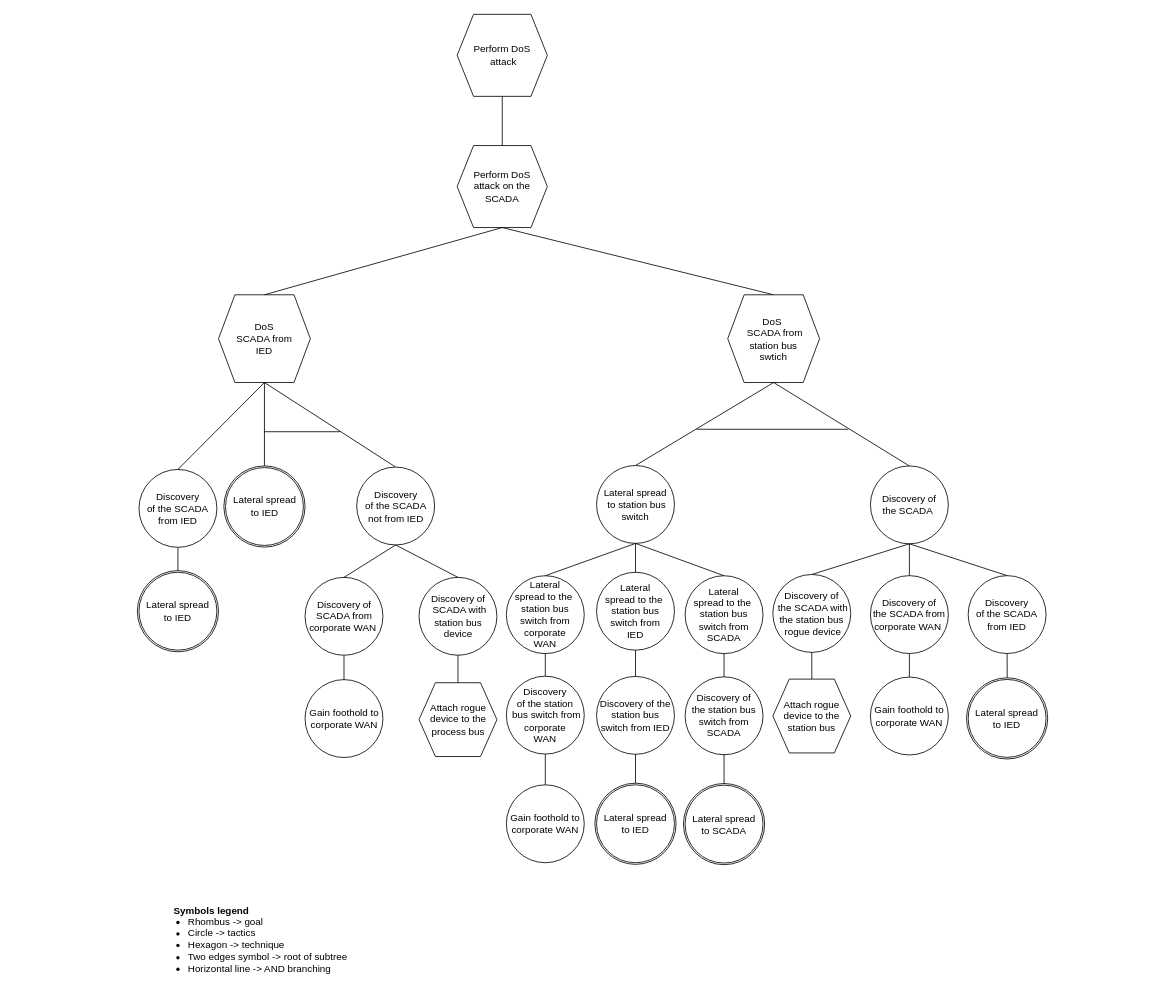
Earlier version of the draw.io diagram drawIO_trees/solution_2_1_2.drawio (mihaelM/Attack_trees). Source tidied: cells renumbered, new cells numbered last; positions are measured from the earlier drawing's top-left corner, leaving out a move shared by most shapes. Both pictures are drawn from the tidied source at 82%, with x=0, y=0 at pixel (137, 14).
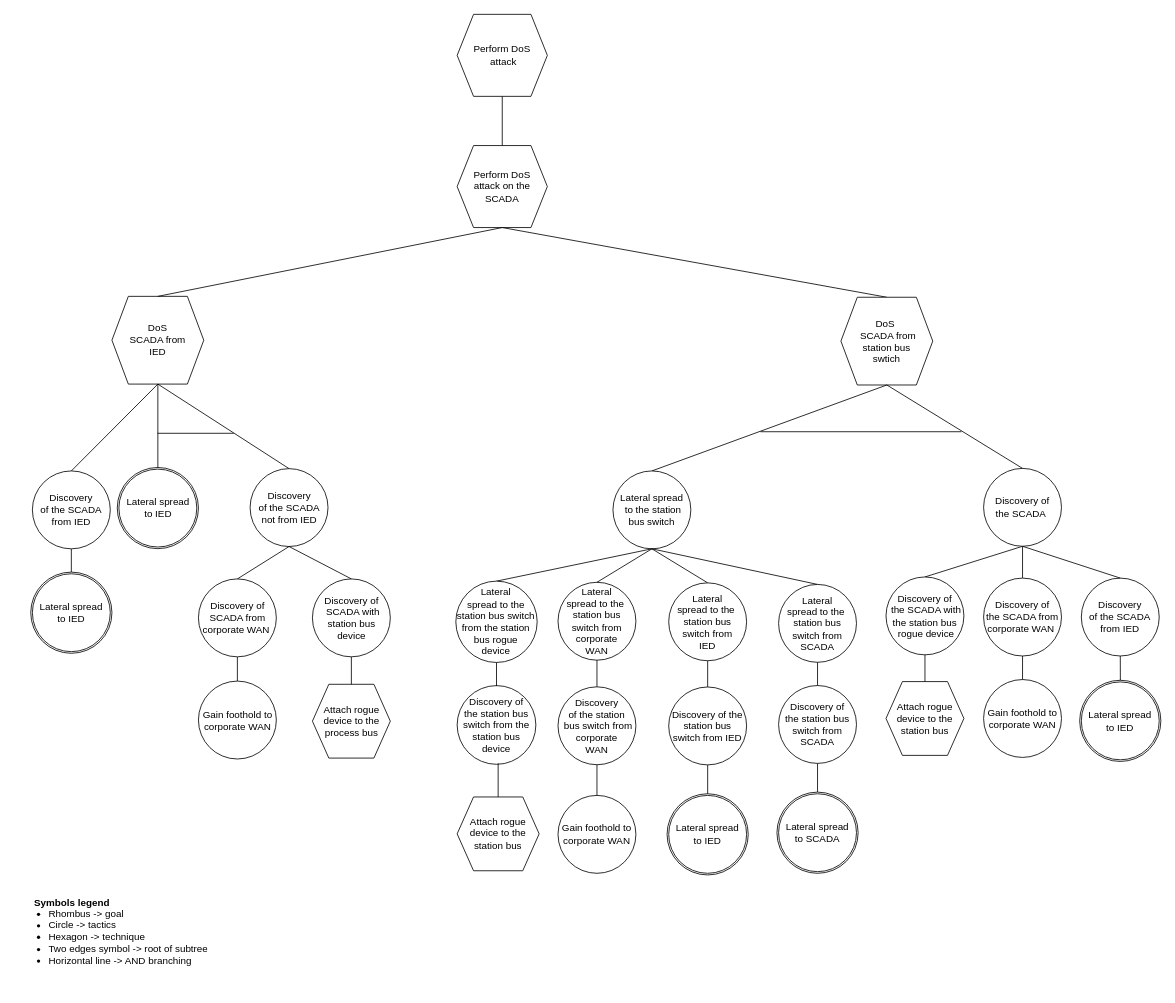
The same diagram, later.

Change to the diagram source:
```diff
@@
     <mxCell id="5" value="&lt;font style=&quot;font-size: 12px&quot;&gt;Symbols legend&lt;/font&gt;" style="text;strokeColor=none;fillColor=none;html=1;fontSize=24;fontStyle=1;verticalAlign=middle;align=center;" parent="1" vertex="1">
-      <mxGeometry x="40" y="1070" width="100" height="40" as="geometry" />
+      <mxGeometry x="-130" y="1060" width="100" height="40" as="geometry" />
     </mxCell>
     <mxCell id="6" value="&lt;ul&gt;&lt;li&gt;&lt;span&gt;Rhombus -&amp;gt; goal&lt;/span&gt;&lt;/li&gt;&lt;li&gt;&lt;span&gt;Circle -&amp;gt; tactics&lt;/span&gt;&lt;br&gt;&lt;/li&gt;&lt;li&gt;Hexagon -&amp;gt; technique&lt;/li&gt;&lt;li&gt;Two edges symbol -&amp;gt; root of subtree&lt;/li&gt;&lt;li&gt;Horizontal line -&amp;gt; AND branching&lt;/li&gt;&lt;/ul&gt;" style="text;strokeColor=none;fillColor=none;html=1;whiteSpace=wrap;verticalAlign=middle;overflow=hidden;fontSize=12;" parent="1" vertex="1">
-      <mxGeometry x="20" y="1081.3" width="256" height="107" as="geometry" />
+      <mxGeometry x="-150" y="1071.3" width="256" height="107" as="geometry" />
     </mxCell>
     <mxCell id="7" style="endArrow=none;html=1;rounded=0;entryX=0.5;entryY=0;entryDx=0;entryDy=0;exitX=0.5;exitY=1;exitDx=0;exitDy=0;" parent="1" edge="1" source="8">
       <mxGeometry relative="1" as="geometry">
-        <mxPoint x="49.5" y="680.4" as="targetPoint" />
+        <mxPoint x="-80.5" y="682.2" as="targetPoint" />
       </mxGeometry>
     </mxCell>
     <mxCell id="8" value="Discovery&lt;br&gt;of the SCADA from IED" style="ellipse;whiteSpace=wrap;html=1;" parent="1" vertex="1">
-      <mxGeometry x="2" y="555" width="95" height="95" as="geometry" />
+      <mxGeometry x="-128" y="556.8" width="95" height="95" as="geometry" />
     </mxCell>
@@
     <mxCell id="10" value="DoS&lt;br&gt;SCADA from&lt;br&gt;IED" style="shape=hexagon;perimeter=hexagonPerimeter2;whiteSpace=wrap;html=1;fixedSize=1;" parent="1" vertex="1">
-      <mxGeometry x="99" y="342" width="112" height="107" as="geometry" />
+      <mxGeometry x="-31" y="343.9" width="112" height="107" as="geometry" />
     </mxCell>
@@
     <mxCell id="12" style="endArrow=none;html=1;rounded=0;exitX=0.5;exitY=1;exitDx=0;exitDy=0;entryX=0.5;entryY=0;entryDx=0;entryDy=0;" parent="1" edge="1" source="10">
       <mxGeometry relative="1" as="geometry">
-        <mxPoint x="155" y="557.9" as="targetPoint" />
+        <mxPoint x="25" y="559.7" as="targetPoint" />
       </mxGeometry>
     </mxCell>
@@
     <mxCell id="14" value="Discovery&lt;br&gt;of the SCADA not from IED" style="ellipse;whiteSpace=wrap;html=1;" parent="1" vertex="1">
-      <mxGeometry x="267.5" y="552.1" width="95" height="95" as="geometry" />
+      <mxGeometry x="137.5" y="554" width="95" height="95" as="geometry" />
     </mxCell>
     <mxCell id="15" value="Gain foothold to corporate WAN" style="ellipse;whiteSpace=wrap;html=1;" parent="1" vertex="1">
-      <mxGeometry x="204.5" y="811.3" width="95" height="95" as="geometry" />
+      <mxGeometry x="74.5" y="813.1" width="95" height="95" as="geometry" />
     </mxCell>
@@
     <mxCell id="17" value="Discovery&amp;nbsp;of &lt;br&gt;SCADA from corporate WAN&amp;nbsp;" style="ellipse;whiteSpace=wrap;html=1;" parent="1" vertex="1">
-      <mxGeometry x="204.5" y="686.6" width="95" height="95" as="geometry" />
+      <mxGeometry x="74.5" y="688.5" width="95" height="95" as="geometry" />
     </mxCell>
@@
     <mxCell id="19" value="Attach rogue device to the process bus" style="shape=hexagon;perimeter=hexagonPerimeter2;whiteSpace=wrap;html=1;fixedSize=1;" parent="1" vertex="1">
-      <mxGeometry x="343.5" y="815.1" width="95" height="90" as="geometry" />
+      <mxGeometry x="213.5" y="817" width="95" height="90" as="geometry" />
     </mxCell>
     <mxCell id="20" value="Discovery of&lt;br&gt;&amp;nbsp;SCADA with station bus device" style="ellipse;whiteSpace=wrap;html=1;" parent="1" vertex="1">
-      <mxGeometry x="343.5" y="686.6" width="95" height="95" as="geometry" />
+      <mxGeometry x="213.5" y="688.5" width="95" height="95" as="geometry" />
     </mxCell>
@@
     <mxCell id="23" style="endArrow=none;html=1;rounded=0;" parent="1" edge="1">
       <mxGeometry relative="1" as="geometry">
-        <mxPoint x="154.5" y="509" as="sourcePoint" />
-        <mxPoint x="247.5" y="509" as="targetPoint" />
+        <mxPoint x="24.5" y="510.9" as="sourcePoint" />
+        <mxPoint x="117.5" y="510.9" as="targetPoint" />
       </mxGeometry>
     </mxCell>
@@
     <mxCell id="26" value="DoS&amp;nbsp;&lt;br&gt;&amp;nbsp;SCADA from &lt;br&gt;station bus &lt;br&gt;swtich" style="shape=hexagon;perimeter=hexagonPerimeter2;whiteSpace=wrap;html=1;fixedSize=1;" parent="1" vertex="1">
-      <mxGeometry x="720" y="342" width="112" height="107" as="geometry" />
+      <mxGeometry x="858" y="345" width="112" height="107" as="geometry" />
     </mxCell>
     <mxCell id="27" value="Discovery&amp;nbsp;of &lt;br&gt;the SCADA&amp;nbsp;" style="ellipse;whiteSpace=wrap;html=1;" parent="1" vertex="1">
-      <mxGeometry x="894" y="550.7" width="95" height="95" as="geometry" />
+      <mxGeometry x="1032" y="553.7" width="95" height="95" as="geometry" />
     </mxCell>
@@
     <mxCell id="31" value="Gain foothold to corporate WAN" style="ellipse;whiteSpace=wrap;html=1;" parent="1" vertex="1">
-      <mxGeometry x="894" y="808.2" width="95" height="95" as="geometry" />
+      <mxGeometry x="1032" y="811.2" width="95" height="95" as="geometry" />
     </mxCell>
@@
     <mxCell id="33" style="endArrow=none;html=1;rounded=0;exitX=0.5;exitY=1;exitDx=0;exitDy=0;entryX=0.5;entryY=0;entryDx=0;entryDy=0;" parent="1" edge="1" source="34">
       <mxGeometry relative="1" as="geometry">
-        <mxPoint x="1060.8" y="813.1" as="targetPoint" />
+        <mxPoint x="1198.8" y="816.1" as="targetPoint" />
       </mxGeometry>
     </mxCell>
     <mxCell id="34" value="Discovery&lt;br&gt;of the SCADA from IED" style="ellipse;whiteSpace=wrap;html=1;" parent="1" vertex="1">
-      <mxGeometry x="1013.2" y="684.5" width="95" height="95" as="geometry" />
+      <mxGeometry x="1151.2" y="687.5" width="95" height="95" as="geometry" />
     </mxCell>
@@
     <mxCell id="36" style="endArrow=none;html=1;rounded=0;" parent="1" edge="1">
       <mxGeometry relative="1" as="geometry">
-        <mxPoint x="682" y="506" as="sourcePoint" />
-        <mxPoint x="867" y="506" as="targetPoint" />
+        <mxPoint x="760" y="509" as="sourcePoint" />
+        <mxPoint x="1005" y="509" as="targetPoint" />
       </mxGeometry>
     </mxCell>
-    <mxCell id="37" value="Lateral spread&lt;br&gt;&amp;nbsp;to station bus switch" style="ellipse;whiteSpace=wrap;html=1;" parent="1" vertex="1">
-      <mxGeometry x="560" y="550.2" width="95" height="95" as="geometry" />
+    <mxCell id="37" value="Lateral spread&lt;br&gt;&amp;nbsp;to the station bus switch" style="ellipse;whiteSpace=wrap;html=1;" parent="1" vertex="1">
+      <mxGeometry x="580" y="556.8" width="95" height="95" as="geometry" />
     </mxCell>
     <mxCell id="38" value="Attach rogue device to the station bus" style="shape=hexagon;perimeter=hexagonPerimeter2;whiteSpace=wrap;html=1;fixedSize=1;" parent="1" vertex="1">
-      <mxGeometry x="775" y="810.7" width="95" height="90" as="geometry" />
+      <mxGeometry x="913" y="813.7" width="95" height="90" as="geometry" />
     </mxCell>
     <mxCell id="39" value="Discovery of&lt;br&gt;&amp;nbsp;the SCADA with the station bus&lt;br&gt;&amp;nbsp;rogue device" style="ellipse;whiteSpace=wrap;html=1;" parent="1" vertex="1">
-      <mxGeometry x="775" y="683.1" width="95" height="95" as="geometry" />
+      <mxGeometry x="913" y="686.1" width="95" height="95" as="geometry" />
     </mxCell>
@@
     <mxCell id="41" value="Discovery&amp;nbsp;of &lt;br&gt;the SCADA from corporate WAN&amp;nbsp;" style="ellipse;whiteSpace=wrap;html=1;" parent="1" vertex="1">
-      <mxGeometry x="894" y="684.5" width="95" height="95" as="geometry" />
+      <mxGeometry x="1032" y="687.5" width="95" height="95" as="geometry" />
     </mxCell>
     <mxCell id="42" value="Gain foothold to corporate WAN" style="ellipse;whiteSpace=wrap;html=1;" parent="1" vertex="1">
-      <mxGeometry x="450" y="939.6" width="95" height="95" as="geometry" />
+      <mxGeometry x="513" y="952.5" width="95" height="95" as="geometry" />
     </mxCell>
@@
     <mxCell id="44" value="Discovery&lt;br&gt;of the station&lt;br&gt;&amp;nbsp;bus switch from corporate&lt;br&gt;WAN" style="ellipse;whiteSpace=wrap;html=1;" parent="1" vertex="1">
-      <mxGeometry x="450" y="807.1" width="95" height="95" as="geometry" />
+      <mxGeometry x="513" y="820.1" width="95" height="95" as="geometry" />
     </mxCell>
     <mxCell id="45" value="Lateral &lt;br&gt;spread to the&amp;nbsp;&lt;br&gt;station bus switch from corporate &lt;br&gt;WAN" style="ellipse;whiteSpace=wrap;html=1;" parent="1" vertex="1">
-      <mxGeometry x="450" y="684.6" width="95" height="95" as="geometry" />
+      <mxGeometry x="513" y="692.6" width="95" height="95" as="geometry" />
     </mxCell>
@@
     <mxCell id="48" value="Discovery of the station bus switch from IED" style="ellipse;whiteSpace=wrap;html=1;" parent="1" vertex="1">
-      <mxGeometry x="560" y="807.4" width="95" height="95" as="geometry" />
+      <mxGeometry x="648" y="820.3" width="95" height="95" as="geometry" />
     </mxCell>
     <mxCell id="49" value="Lateral &lt;br&gt;spread to the&amp;nbsp;&lt;br&gt;station bus switch from &lt;br&gt;IED" style="ellipse;whiteSpace=wrap;html=1;" parent="1" vertex="1">
-      <mxGeometry x="560" y="680.4" width="95" height="95" as="geometry" />
+      <mxGeometry x="648" y="693.3" width="95" height="95" as="geometry" />
     </mxCell>
@@
-    <mxCell id="51" style="endArrow=none;html=1;rounded=0;entryX=0.5;entryY=0;entryDx=0;entryDy=0;exitX=0.5;exitY=1;exitDx=0;exitDy=0;" parent="1" edge="1" target="49">
-      <mxGeometry relative="1" as="geometry">
-        <mxPoint x="607.5" y="645.2" as="sourcePoint" />
-      </mxGeometry>
+    <mxCell id="51" style="endArrow=none;html=1;rounded=0;entryX=0.5;entryY=0;entryDx=0;entryDy=0;exitX=0.5;exitY=1;exitDx=0;exitDy=0;" parent="1" edge="1" source="37" target="49">
+      <mxGeometry relative="1" as="geometry" />
     </mxCell>
@@
     <mxCell id="53" value="Lateral &lt;br&gt;spread to the&amp;nbsp;&lt;br&gt;station bus switch from &lt;br&gt;SCADA" style="ellipse;whiteSpace=wrap;html=1;" parent="1" vertex="1">
-      <mxGeometry x="668" y="684.6" width="95" height="95" as="geometry" />
+      <mxGeometry x="782" y="695.2" width="95" height="95" as="geometry" />
     </mxCell>
     <mxCell id="54" style="endArrow=none;html=1;rounded=0;exitX=0.5;exitY=1;exitDx=0;exitDy=0;entryX=0.5;entryY=0;entryDx=0;entryDy=0;" parent="1" edge="1" source="48">
       <mxGeometry relative="1" as="geometry">
-        <mxPoint x="607.5" y="939.6" as="targetPoint" />
+        <mxPoint x="695.5" y="952.5" as="targetPoint" />
       </mxGeometry>
     </mxCell>
     <mxCell id="55" value="Discovery of &lt;br&gt;the station bus switch from SCADA" style="ellipse;whiteSpace=wrap;html=1;" parent="1" vertex="1">
-      <mxGeometry x="668" y="807.9" width="95" height="95" as="geometry" />
+      <mxGeometry x="782" y="818.5" width="95" height="95" as="geometry" />
     </mxCell>
@@
     <mxCell id="57" style="endArrow=none;html=1;rounded=0;exitX=0.5;exitY=1;exitDx=0;exitDy=0;entryX=0.5;entryY=0;entryDx=0;entryDy=0;" parent="1" edge="1" source="55">
       <mxGeometry relative="1" as="geometry">
-        <mxPoint x="715.5" y="938.7" as="targetPoint" />
+        <mxPoint x="829.5" y="949.2" as="targetPoint" />
       </mxGeometry>
     </mxCell>
     <mxCell id="58" style="ellipse;whiteSpace=wrap;html=1;" parent="1" vertex="1">
-      <mxGeometry x="558" y="937.6" width="99" height="99" as="geometry" />
+      <mxGeometry x="646" y="950.5" width="99" height="99" as="geometry" />
     </mxCell>
     <mxCell id="59" value="Lateral spread&lt;br&gt;to IED" style="ellipse;whiteSpace=wrap;html=1;" parent="1" vertex="1">
-      <mxGeometry x="560" y="939.6" width="95" height="95" as="geometry" />
+      <mxGeometry x="648" y="952.5" width="95" height="95" as="geometry" />
     </mxCell>
     <mxCell id="60" style="ellipse;whiteSpace=wrap;html=1;" parent="1" vertex="1">
-      <mxGeometry x="666" y="938" width="99" height="99" as="geometry" />
+      <mxGeometry x="780" y="948.5" width="99" height="99" as="geometry" />
     </mxCell>
     <mxCell id="61" value="Lateral spread&lt;br&gt;to SCADA" style="ellipse;whiteSpace=wrap;html=1;" parent="1" vertex="1">
-      <mxGeometry x="668" y="940" width="95" height="95" as="geometry" />
+      <mxGeometry x="782" y="950.5" width="95" height="95" as="geometry" />
     </mxCell>
     <mxCell id="62" style="ellipse;whiteSpace=wrap;html=1;" parent="1" vertex="1">
-      <mxGeometry x="1011.2" y="809.1" width="99" height="99" as="geometry" />
+      <mxGeometry x="1149.2" y="812.1" width="99" height="99" as="geometry" />
     </mxCell>
     <mxCell id="63" value="Lateral spread&lt;br&gt;to IED" style="ellipse;whiteSpace=wrap;html=1;" parent="1" vertex="1">
-      <mxGeometry x="1013.2" y="811.1" width="95" height="95" as="geometry" />
+      <mxGeometry x="1151.2" y="814.1" width="95" height="95" as="geometry" />
     </mxCell>
     <mxCell id="64" style="ellipse;whiteSpace=wrap;html=1;" parent="1" vertex="1">
-      <mxGeometry y="678.4" width="99" height="99" as="geometry" />
+      <mxGeometry x="-130" y="680.2" width="99" height="99" as="geometry" />
     </mxCell>
     <mxCell id="65" value="Lateral spread&lt;br&gt;to IED" style="ellipse;whiteSpace=wrap;html=1;" parent="1" vertex="1">
-      <mxGeometry x="2" y="680.4" width="95" height="95" as="geometry" />
+      <mxGeometry x="-128" y="682.2" width="95" height="95" as="geometry" />
     </mxCell>
     <mxCell id="66" style="ellipse;whiteSpace=wrap;html=1;" parent="1" vertex="1">
-      <mxGeometry x="105.5" y="550.7" width="99" height="99" as="geometry" />
+      <mxGeometry x="-24.5" y="552.6" width="99" height="99" as="geometry" />
     </mxCell>
     <mxCell id="67" value="Lateral spread&lt;br&gt;to IED" style="ellipse;whiteSpace=wrap;html=1;" parent="1" vertex="1">
-      <mxGeometry x="107.5" y="552.7" width="95" height="95" as="geometry" />
+      <mxGeometry x="-22.5" y="554.6" width="95" height="95" as="geometry" />
     </mxCell>
+    <mxCell id="68" style="endArrow=none;html=1;rounded=0;entryX=0.5;entryY=0;entryDx=0;entryDy=0;exitX=0.5;exitY=1;exitDx=0;exitDy=0;" parent="1" edge="1" source="37" target="69">
+      <mxGeometry relative="1" as="geometry" />
+    </mxCell>
+    <mxCell id="69" value="Lateral &lt;br&gt;spread to the station bus switch from the station bus rogue &lt;br&gt;device" style="ellipse;whiteSpace=wrap;html=1;" parent="1" vertex="1">
+      <mxGeometry x="388.4" y="691.2" width="99.2" height="99.2" as="geometry" />
+    </mxCell>
+    <mxCell id="70" value="Discovery of &lt;br&gt;the station bus switch from the station bus device" style="ellipse;whiteSpace=wrap;html=1;" parent="1" vertex="1">
+      <mxGeometry x="390" y="818.6" width="96" height="96" as="geometry" />
+    </mxCell>
+    <mxCell id="71" value="Attach rogue device to the station bus" style="shape=hexagon;perimeter=hexagonPerimeter2;whiteSpace=wrap;html=1;fixedSize=1;" parent="1" vertex="1">
+      <mxGeometry x="390" y="954.4" width="100" height="90" as="geometry" />
+    </mxCell>
+    <mxCell id="72" style="endArrow=none;html=1;rounded=0;" parent="1" edge="1" source="71">
+      <mxGeometry relative="1" as="geometry">
+        <mxPoint x="440" y="913.4" as="targetPoint" />
+      </mxGeometry>
+    </mxCell>
+    <mxCell id="73" style="endArrow=none;html=1;rounded=0;exitX=0.5;exitY=0;exitDx=0;exitDy=0;entryX=0.5;entryY=1;entryDx=0;entryDy=0;" parent="1" edge="1" target="69">
+      <mxGeometry relative="1" as="geometry">
+        <mxPoint x="438" y="819.2" as="sourcePoint" />
+      </mxGeometry>
+    </mxCell>
```
